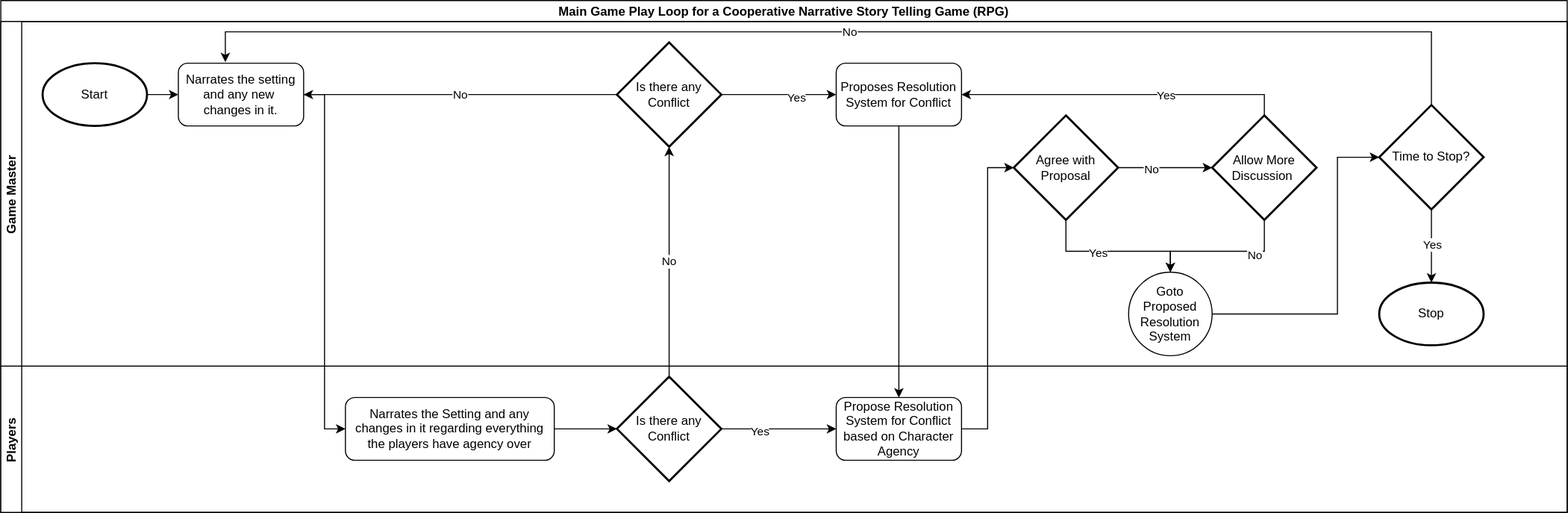
Before: assets/diagrams/Main-Game-Play-Loop.svg, a diagram exported from draw.io (TedTschopp/Fixing-Game-Night). Source tidied: cells renumbered, new cells last; positions are measured from the earlier drawing's top-left corner, leaving out a move shared by most shapes.
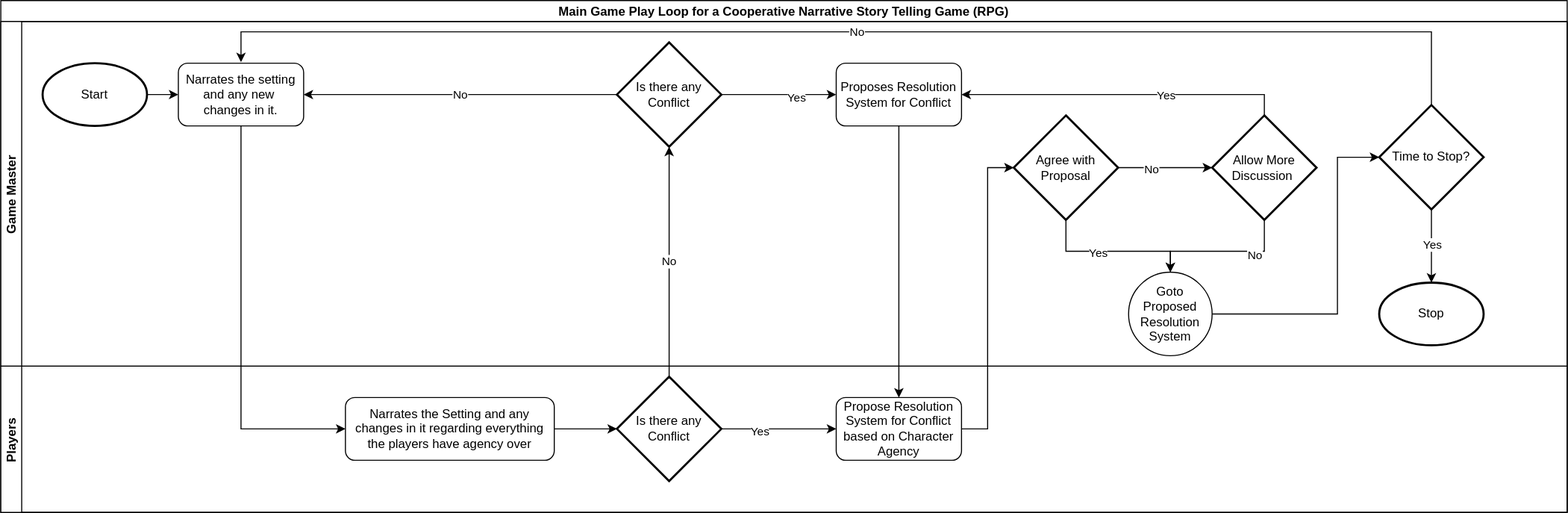
Later version of the same file.

Diff of the diagram source:
```diff
@@ -11,7 +11,7 @@
     <mxCell id="4" value="No" style="edgeStyle=orthogonalEdgeStyle;rounded=0;jettySize=auto;html=1;entryX=0.5;entryY=1;entryDx=0;entryDy=0;startArrow=none;startFill=0;entryPerimeter=0;" parent="2" edge="1" source="39" target="32">
       <mxGeometry relative="1" as="geometry" />
     </mxCell>
-    <mxCell id="5" style="edgeStyle=orthogonalEdgeStyle;rounded=0;jettySize=auto;html=1;entryX=0;entryY=0.5;entryDx=0;entryDy=0;startArrow=none;startFill=0;" parent="2" edge="1" source="8" target="35">
+    <mxCell id="5" style="edgeStyle=orthogonalEdgeStyle;rounded=0;jettySize=auto;html=1;entryX=0;entryY=0.5;entryDx=0;entryDy=0;startArrow=none;startFill=0;exitX=0.5;exitY=1;exitDx=0;exitDy=0;" parent="2" edge="1" source="8" target="35">
       <mxGeometry relative="1" as="geometry" />
     </mxCell>
     <mxCell id="6" style="edgeStyle=orthogonalEdgeStyle;rounded=0;jettySize=auto;html=1;entryX=0;entryY=0.5;entryDx=0;entryDy=0;entryPerimeter=0;startArrow=none;startFill=0;" parent="2" edge="1" source="36" target="20">
@@ -95,11 +95,12 @@
     <mxCell id="27" value="Yes" style="edgeLabel;html=1;align=center;verticalAlign=middle;" parent="26" vertex="1">
       <mxGeometry x="-0.06" relative="1" as="geometry" />
     </mxCell>
-    <mxCell id="28" value="No" style="edgeStyle=orthogonalEdgeStyle;rounded=0;jettySize=auto;html=1;entryX=0.375;entryY=-0.017;entryDx=0;entryDy=0;entryPerimeter=0;startArrow=none;startFill=0;" parent="7" edge="1" source="29" target="8">
+    <mxCell id="28" value="No" style="edgeStyle=orthogonalEdgeStyle;rounded=0;jettySize=auto;html=1;startArrow=none;startFill=0;" parent="7" edge="1" source="29">
       <mxGeometry relative="1" as="geometry">
+        <mxPoint x="230" y="39" as="targetPoint" />
         <Array as="points">
           <mxPoint x="1370" y="10" />
-          <mxPoint x="215" y="10" />
+          <mxPoint x="230" y="10" />
         </Array>
       </mxGeometry>
     </mxCell>
```
